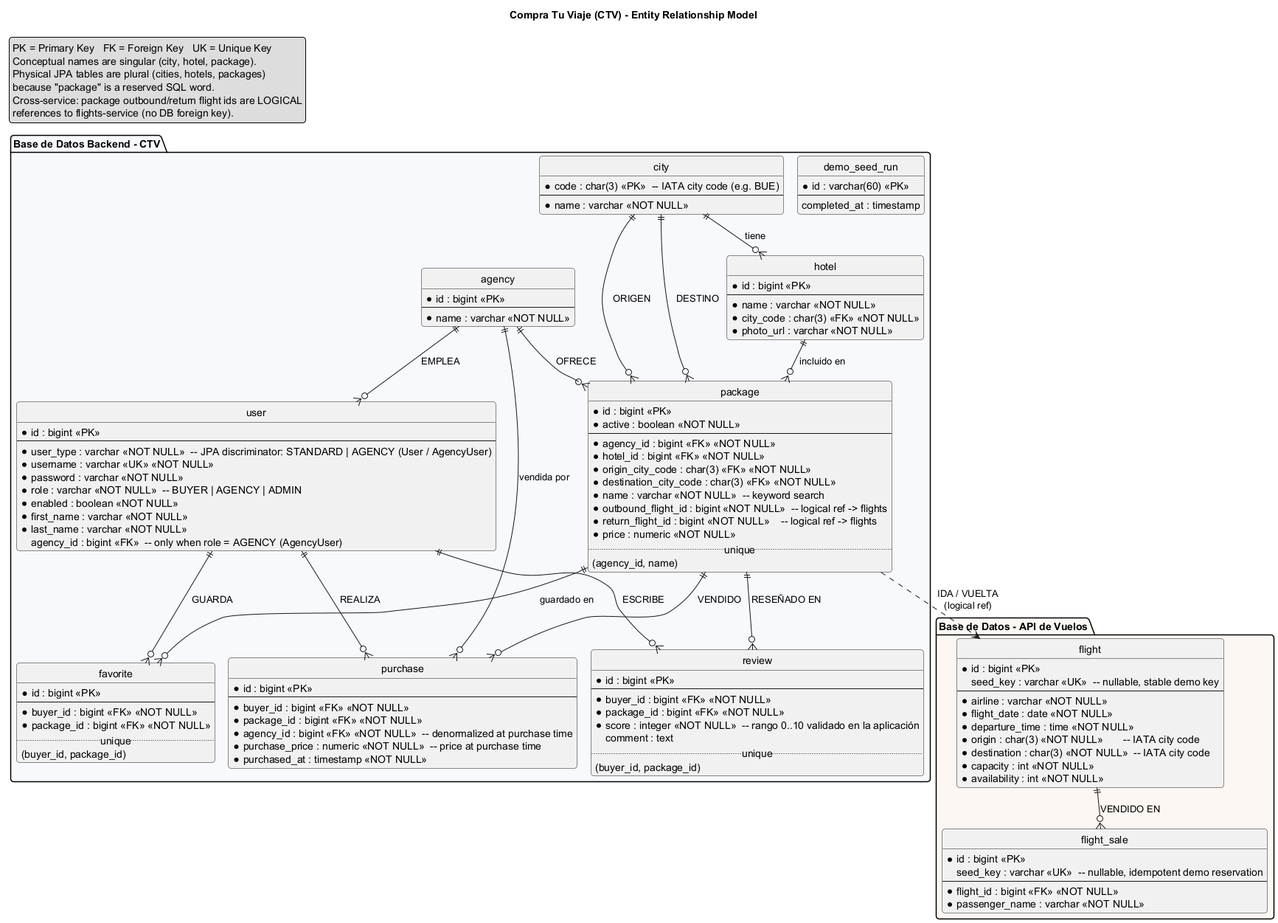
Earlier version of the PlantUML export docs/mer.png (AcostaF12/unq-pdes-2026c2-ctv).
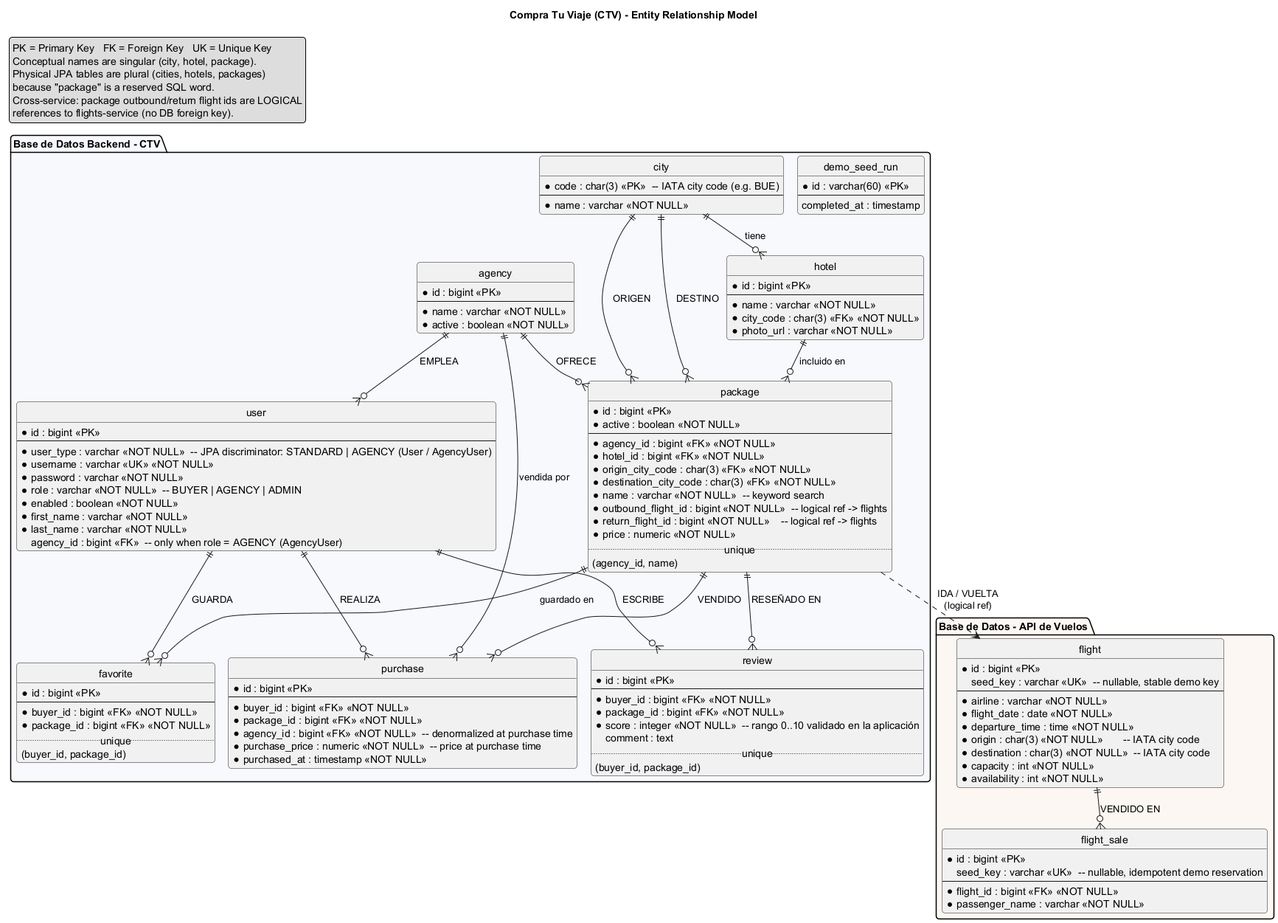
Above is the later version.

What changed in the source:
```diff
@@ -34,6 +34,7 @@
     * id : bigint <<PK>>
     --
     * name : varchar <<NOT NULL>>
+    * active : boolean <<NOT NULL>>
   }
 
   entity "user" as user {
```
